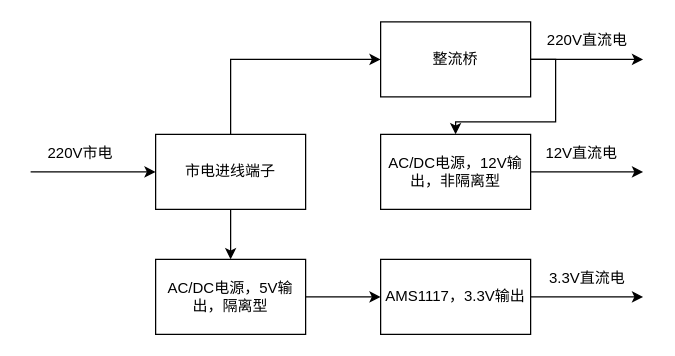
Above: page "电源模块" (2 of 2) of 控制器结构图.drawio in hjc2000/paperwork (draw.io), before the change. Source tidied: cells renumbered, new cells numbered last; positions are measured from the earlier drawing's top-left corner, leaving out a move shared by most shapes. Both pictures are drawn from the tidied source at 125%, with x=0, y=0 at pixel (30, 21).
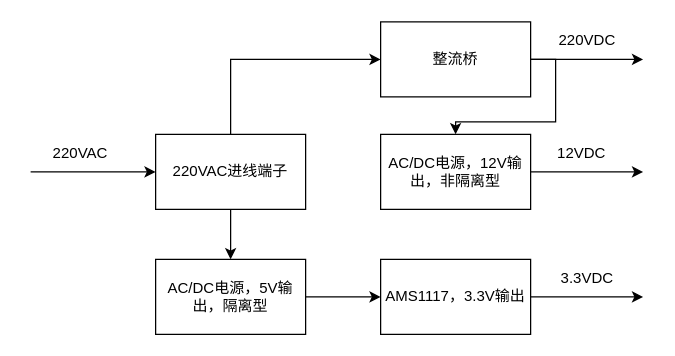
After the change.

What changed in the source:
```diff
@@
-    <mxCell id="4" value="市电进线端子" style="rounded=0;whiteSpace=wrap;html=1;fontFamily=宋体;" parent="1" vertex="1">
+    <mxCell id="4" value="220VAC进线端子" style="rounded=0;whiteSpace=wrap;html=1;fontFamily=宋体;" parent="1" vertex="1">
       <mxGeometry x="100" y="90" width="120" height="60" as="geometry" />
     </mxCell>
@@
-    <mxCell id="11" value="12V直流电" style="text;html=1;strokeColor=none;fillColor=none;align=center;verticalAlign=middle;whiteSpace=wrap;rounded=0;fontFamily=宋体;" parent="1" vertex="1">
+    <mxCell id="11" value="12VDC" style="text;html=1;strokeColor=none;fillColor=none;align=center;verticalAlign=middle;whiteSpace=wrap;rounded=0;fontFamily=宋体;" parent="1" vertex="1">
       <mxGeometry x="411" y="90" width="60" height="30" as="geometry" />
     </mxCell>
-    <mxCell id="12" value="3.3V直流电" style="text;html=1;strokeColor=none;fillColor=none;align=center;verticalAlign=middle;whiteSpace=wrap;rounded=0;fontFamily=宋体;" parent="1" vertex="1">
+    <mxCell id="12" value="3.3VDC" style="text;html=1;strokeColor=none;fillColor=none;align=center;verticalAlign=middle;whiteSpace=wrap;rounded=0;fontFamily=宋体;" parent="1" vertex="1">
       <mxGeometry x="411" y="190" width="69" height="30" as="geometry" />
     </mxCell>
@@
-    <mxCell id="16" value="220V直流电" style="text;html=1;strokeColor=none;fillColor=none;align=center;verticalAlign=middle;whiteSpace=wrap;rounded=0;fontFamily=宋体;" parent="1" vertex="1">
+    <mxCell id="16" value="220VDC" style="text;html=1;strokeColor=none;fillColor=none;align=center;verticalAlign=middle;whiteSpace=wrap;rounded=0;fontFamily=宋体;" parent="1" vertex="1">
       <mxGeometry x="411" width="69" height="30" as="geometry" />
     </mxCell>
@@
-    <mxCell id="18" value="220V市电" style="text;html=1;strokeColor=none;fillColor=none;align=center;verticalAlign=middle;whiteSpace=wrap;rounded=0;fontFamily=宋体;" parent="1" vertex="1">
+    <mxCell id="18" value="220VAC" style="text;html=1;strokeColor=none;fillColor=none;align=center;verticalAlign=middle;whiteSpace=wrap;rounded=0;fontFamily=宋体;" parent="1" vertex="1">
       <mxGeometry x="10" y="90" width="60" height="30" as="geometry" />
     </mxCell>
```
